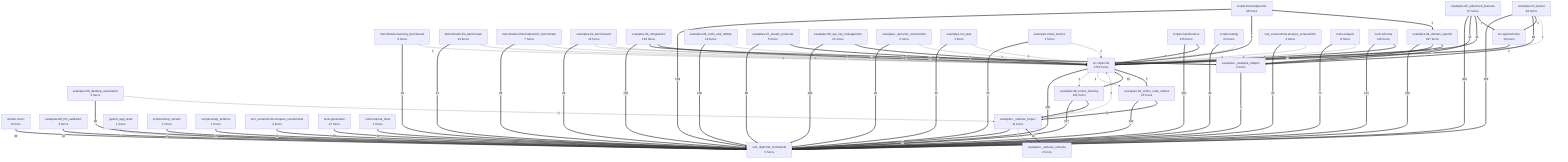
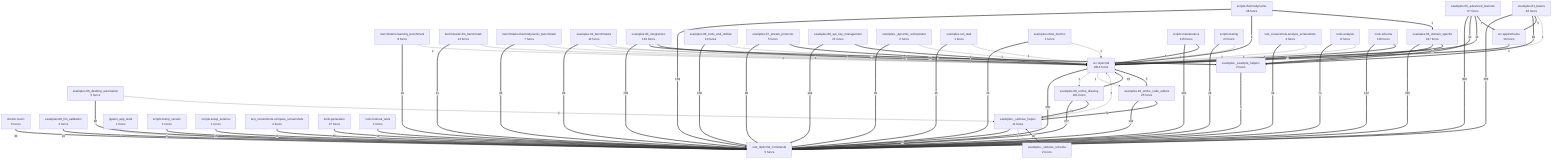
flowchart TD
- %% generated in 0.07s
+ %% generated in 0.17s
    benchmarks__learning_benchmark["benchmarks.learning_benchmark<br/>6 funcs"]
    benchmarks__llm_benchmark["benchmarks.llm_benchmark<br/>14 funcs"]
    benchmarks__thermodynamic_benchmark["benchmarks.thermodynamic_benchmark<br/>7 funcs"]
    docker__novnc["docker.novnc<br/>6 funcs"]
    examples__01_basics["examples.01_basics<br/>46 funcs"]
    examples__02_benchmarks["examples.02_benchmarks<br/>12 funcs"]
    examples__03_integrations["examples.03_integrations<br/>162 funcs"]
    examples__04_domain_specific["examples.04_domain_specific<br/>197 funcs"]
    examples__05_advanced_features["examples.05_advanced_features<br/>67 funcs"]
    examples__06_desktop_automation["examples.06_desktop_automation<br/>5 funcs"]
    examples__06_tools_and_utilities["examples.06_tools_and_utilities<br/>10 funcs"]
    examples__07_stream_protocols["examples.07_stream_protocols<br/>5 funcs"]
    examples__08_api_key_management["examples.08_api_key_management<br/>21 funcs"]
    examples__08_llm_validation["examples.08_llm_validation<br/>3 funcs"]
    examples__09_online_drawing["examples.09_online_drawing<br/>101 funcs"]
    examples__10_online_code_editors["examples.10_online_code_editors<br/>25 funcs"]
    examples___dynamic_orchestrator["examples._dynamic_orchestrator<br/>2 funcs"]
    examples___example_helpers["examples._example_helpers<br/>2 funcs"]
    examples___verbose_helper["examples._verbose_helper<br/>11 funcs"]
    examples___verbose_schema["examples._verbose_schema<br/>2 funcs"]
    examples__run_task["examples.run_task<br/>1 funcs"]
    examples__show_metrics["examples.show_metrics<br/>1 funcs"]
    jspaint_app_test4["jspaint_app_test4<br/>1 funcs"]
    scripts__bump_version["scripts.bump_version<br/>1 funcs"]
    scripts__maintenance["scripts.maintenance<br/>115 funcs"]
    scripts__setup_external["scripts.setup_external<br/>1 funcs"]
    scripts__testing["scripts.testing<br/>23 funcs"]
    scripts__thermodynamic["scripts.thermodynamic<br/>48 funcs"]
    src__app2schema["src.app2schema<br/>16 funcs"]
-     src__nlp2cmd["src.nlp2cmd<br/>2752 funcs"]
+     src__nlp2cmd["src.nlp2cmd<br/>2814 funcs"]
    test_nlp2cmd_commands["test_nlp2cmd_commands<br/>5 funcs"]
    test_screenshots__analyze_screenshots["test_screenshots.analyze_screenshots<br/>4 funcs"]
    test_screenshots__compare_screenshots["test_screenshots.compare_screenshots<br/>4 funcs"]
    tools__analysis["tools.analysis<br/>8 funcs"]
    tools__generation["tools.generation<br/>27 funcs"]
    tools__manual_tests["tools.manual_tests<br/>1 funcs"]
    tools__schema["tools.schema<br/>116 funcs"]
    examples__04_domain_specific ==>|795| test_nlp2cmd_commands
    examples__03_integrations ==>|793| test_nlp2cmd_commands
    scripts__maintenance ==>|593| test_nlp2cmd_commands
    examples__05_advanced_features ==>|458| test_nlp2cmd_commands
    examples__09_online_drawing ==>|377| test_nlp2cmd_commands
    src__nlp2cmd ==>|355| test_nlp2cmd_commands
    examples__01_basics ==>|266| test_nlp2cmd_commands
    scripts__thermodynamic ==>|159| test_nlp2cmd_commands
    examples__10_online_code_editors ==>|139| test_nlp2cmd_commands
    examples__06_tools_and_utilities ==>|136| test_nlp2cmd_commands
    tools__schema ==>|127| test_nlp2cmd_commands
    examples__08_api_key_management ==>|104| test_nlp2cmd_commands
    examples__07_stream_protocols ==>|90| test_nlp2cmd_commands
    tools__analysis ==>|74| test_nlp2cmd_commands
    examples__10_online_code_editors ==>|72| examples___verbose_helper
    examples__02_benchmarks ==>|69| test_nlp2cmd_commands
    examples__01_basics ==>|69| examples___example_helpers
    tools__generation ==>|56| test_nlp2cmd_commands
    examples__04_domain_specific ==>|50| examples___example_helpers
    examples__03_integrations ==>|48| examples___example_helpers
    examples__06_desktop_automation ==>|48| test_nlp2cmd_commands
    test_screenshots__analyze_screenshots ==>|39| test_nlp2cmd_commands
    benchmarks__thermodynamic_benchmark ==>|38| test_nlp2cmd_commands
    docker__novnc ==>|30| test_nlp2cmd_commands
    scripts__testing ==>|29| test_nlp2cmd_commands
    examples__show_metrics ==>|26| test_nlp2cmd_commands
    examples___verbose_helper ==>|25| test_nlp2cmd_commands
    examples__08_llm_validation ==>|24| test_nlp2cmd_commands
    examples__09_online_drawing ==>|21| examples___verbose_helper
    benchmarks__llm_benchmark ==>|21| test_nlp2cmd_commands
    test_screenshots__compare_screenshots ==>|21| test_nlp2cmd_commands
    benchmarks__learning_benchmark ==>|18| test_nlp2cmd_commands
    examples__run_task ==>|15| test_nlp2cmd_commands
    examples__09_online_drawing ==>|15| src__nlp2cmd
    scripts__setup_external ==>|15| test_nlp2cmd_commands
    examples__03_integrations ==>|11| src__nlp2cmd
    examples__04_domain_specific ==>|11| src__nlp2cmd
    tools__manual_tests ==>|11| test_nlp2cmd_commands
    examples___verbose_schema ==>|10| examples___verbose_helper
    examples___dynamic_orchestrator ==>|10| test_nlp2cmd_commands
    examples__05_advanced_features ==>|10| examples___example_helpers
    examples__05_advanced_features ==>|10| src__nlp2cmd
    examples__08_api_key_management ==>|9| src__nlp2cmd
    examples__05_advanced_features ==>|7| src__app2schema
    examples__07_stream_protocols ==>|6| src__nlp2cmd
    scripts__thermodynamic ==>|6| src__nlp2cmd
    examples__01_basics ==>|5| src__app2schema
    examples__10_online_code_editors ==>|5| src__nlp2cmd
    tools__schema ==>|5| src__nlp2cmd
    scripts__thermodynamic ==>|5| examples__04_domain_specific
    scripts__maintenance ==>|5| src__nlp2cmd
    examples___example_helpers ==>|4| test_nlp2cmd_commands
    src__app2schema ==>|4| src__nlp2cmd
    scripts__bump_version ==>|4| test_nlp2cmd_commands
    examples__06_desktop_automation -->|3| examples___verbose_helper
    benchmarks__llm_benchmark -->|3| src__nlp2cmd
    benchmarks__thermodynamic_benchmark -->|3| src__nlp2cmd
    tools__analysis -->|3| src__nlp2cmd
    jspaint_app_test4 -->|2| test_nlp2cmd_commands
    examples___verbose_helper -->|2| src__nlp2cmd
    examples__02_benchmarks -->|2| examples___example_helpers
    benchmarks__learning_benchmark -->|2| src__nlp2cmd
    scripts__testing -->|2| src__nlp2cmd
    test_screenshots__analyze_screenshots -->|2| src__nlp2cmd
    examples__show_metrics -->|1| src__nlp2cmd
    examples___dynamic_orchestrator -->|1| src__nlp2cmd
    examples___verbose_helper -->|1| examples___verbose_schema
    examples__run_task -->|1| src__nlp2cmd
    examples__06_tools_and_utilities -->|1| src__nlp2cmd
    examples__02_benchmarks -->|1| src__nlp2cmd
    examples__01_basics -->|1| src__nlp2cmd
    src__nlp2cmd -->|1| examples__09_online_drawing
    src__nlp2cmd -->|1| examples__10_online_code_editors
